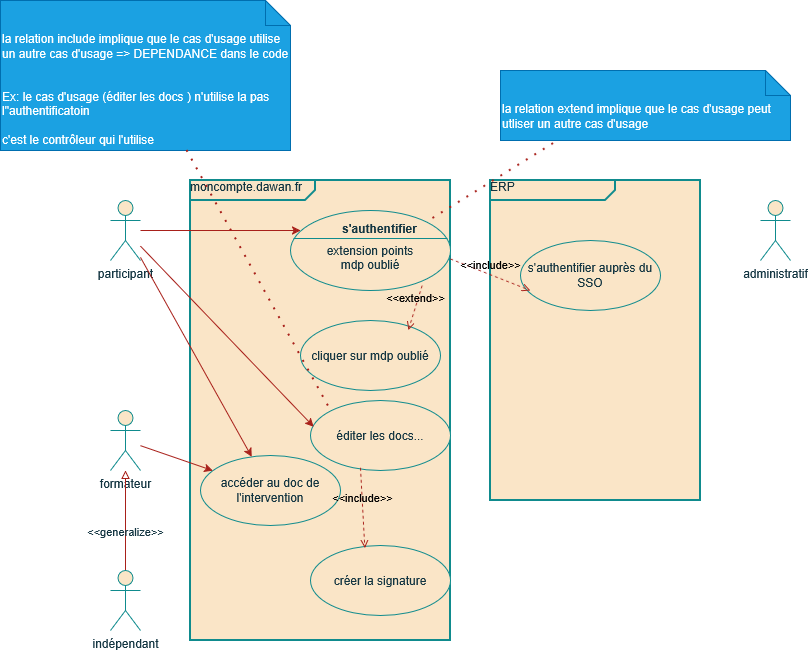
lamamram/251124-archi keeps this draw.io diagram as diagrams/uml_use_case.png. Above is the earlier version. Source tidied: cells renumbered, new cells last; positions are measured from the earlier drawing's top-left corner, leaving out a move shared by most shapes.
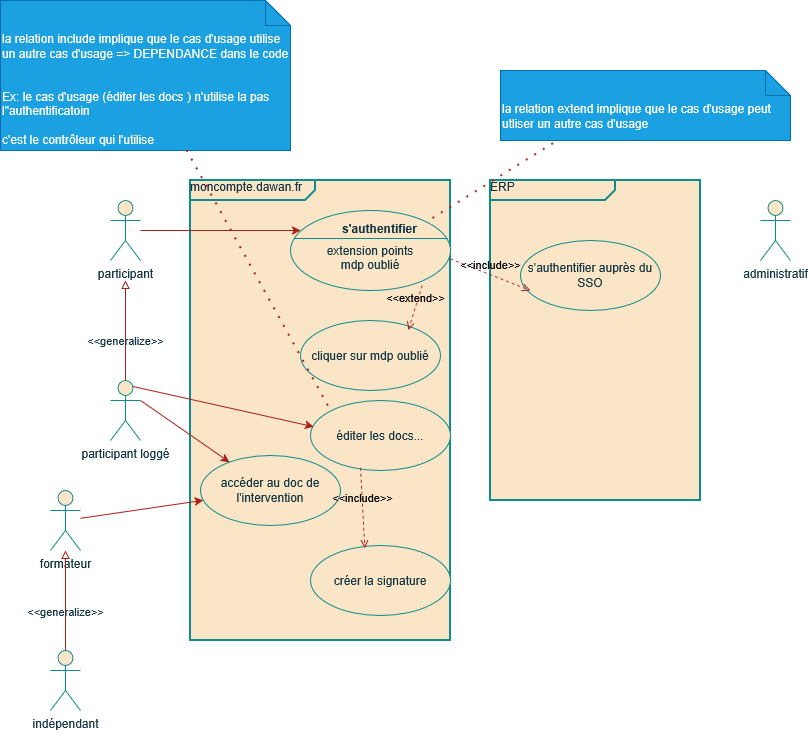
The same file after the commit.

Commit message:
DAT: class & sequence

Change to the diagram source:
```diff
@@ -6,7 +6,7 @@
       <mxGeometry x="110" y="200" width="30" height="60" as="geometry" />
     </mxCell>
     <mxCell id="3" value="formateur" style="shape=umlActor;verticalLabelPosition=bottom;verticalAlign=top;html=1;outlineConnect=0;labelBackgroundColor=none;fillColor=#FAE5C7;strokeColor=#0F8B8D;fontColor=#143642;" parent="1" vertex="1">
-      <mxGeometry x="110" y="410" width="30" height="60" as="geometry" />
+      <mxGeometry x="50" y="490" width="30" height="60" as="geometry" />
     </mxCell>
     <mxCell id="4" value="administratif" style="shape=umlActor;verticalLabelPosition=bottom;verticalAlign=top;html=1;labelBackgroundColor=none;fillColor=#FAE5C7;strokeColor=#0F8B8D;fontColor=#143642;" parent="1" vertex="1">
       <mxGeometry x="760" y="200" width="30" height="60" as="geometry" />
@@ -26,7 +26,7 @@
       </mxGeometry>
     </mxCell>
     <mxCell id="9" value="indépendant" style="shape=umlActor;verticalLabelPosition=bottom;verticalAlign=top;html=1;outlineConnect=0;labelBackgroundColor=none;fillColor=#FAE5C7;strokeColor=#0F8B8D;fontColor=#143642;" parent="1" vertex="1">
-      <mxGeometry x="110" y="570" width="30" height="60" as="geometry" />
+      <mxGeometry x="50" y="650" width="30" height="60" as="geometry" />
     </mxCell>
     <mxCell id="10" value="accéder au doc de l'intervention" style="ellipse;whiteSpace=wrap;html=1;labelBackgroundColor=none;fillColor=#FAE5C7;strokeColor=#0F8B8D;fontColor=#143642;" parent="1" vertex="1">
       <mxGeometry x="200" y="455" width="140" height="70" as="geometry" />
@@ -48,10 +48,10 @@
         <mxPoint x="300" y="230" as="targetPoint" />
       </mxGeometry>
     </mxCell>
-    <mxCell id="16" style="rounded=0;jettySize=auto;html=1;entryX=0.023;entryY=0.375;entryDx=0;entryDy=0;entryPerimeter=0;labelBackgroundColor=none;strokeColor=#A8201A;fontColor=default;" parent="1" edge="1" source="2" target="11">
+    <mxCell id="16" style="rounded=0;jettySize=auto;html=1;entryX=0.023;entryY=0.375;entryDx=0;entryDy=0;entryPerimeter=0;labelBackgroundColor=none;strokeColor=#A8201A;fontColor=default;exitX=0.75;exitY=0.1;exitDx=0;exitDy=0;exitPerimeter=0;" parent="1" edge="1" source="29" target="11">
       <mxGeometry relative="1" as="geometry" />
     </mxCell>
-    <mxCell id="17" style="rounded=0;jettySize=auto;html=1;labelBackgroundColor=none;strokeColor=#A8201A;fontColor=default;" parent="1" edge="1" source="2" target="10">
+    <mxCell id="17" style="rounded=0;jettySize=auto;html=1;labelBackgroundColor=none;strokeColor=#A8201A;fontColor=default;exitX=1;exitY=0.3333333333333333;exitDx=0;exitDy=0;exitPerimeter=0;" parent="1" edge="1" source="29" target="10">
       <mxGeometry relative="1" as="geometry" />
     </mxCell>
     <mxCell id="18" value="&lt;div&gt;la relation include implique que le cas d'usage utilise un autre cas d'usage =&amp;gt; DEPENDANCE dans le code&lt;/div&gt;&lt;div&gt;&lt;br&gt;&lt;/div&gt;&lt;div&gt;&lt;br&gt;&lt;/div&gt;&lt;div&gt;Ex: le cas d'usage (éditer les docs ) n'utilise la pas l&quot;authentificatoin&lt;/div&gt;&lt;div&gt;&lt;br&gt;&lt;/div&gt;&lt;div&gt;c'est le contrôleur qui l'utilise&lt;/div&gt;" style="shape=note2;boundedLbl=1;whiteSpace=wrap;html=1;size=25;verticalAlign=top;align=left;fillColor=#1ba1e2;fontColor=#ffffff;strokeColor=#006EAF;labelBackgroundColor=none;" parent="1" vertex="1">
@@ -86,5 +86,16 @@
     <mxCell id="27" style="rounded=0;jettySize=auto;html=1;endArrow=none;endFill=0;dashed=1;dashPattern=1 4;fillColor=#FAE5C7;strokeColor=#A8201A;strokeWidth=2;exitX=0.183;exitY=1.044;exitDx=0;exitDy=0;exitPerimeter=0;entryX=0.855;entryY=0.145;entryDx=0;entryDy=0;entryPerimeter=0;labelBackgroundColor=none;fontColor=default;" parent="1" edge="1" source="25" target="19">
       <mxGeometry relative="1" as="geometry" />
     </mxCell>
+    <mxCell id="28" style="edgeStyle=orthogonalEdgeStyle;rounded=0;jettySize=auto;html=1;endArrow=block;endFill=0;labelBackgroundColor=none;strokeColor=#A8201A;fontColor=default;" parent="1" edge="1" source="29">
+      <mxGeometry relative="1" as="geometry">
+        <mxPoint x="125" y="280" as="targetPoint" />
+      </mxGeometry>
+    </mxCell>
+    <mxCell id="29" value="participant loggé" style="shape=umlActor;verticalLabelPosition=bottom;verticalAlign=top;html=1;outlineConnect=0;labelBackgroundColor=none;fillColor=#FAE5C7;strokeColor=#0F8B8D;fontColor=#143642;" parent="1" vertex="1">
+      <mxGeometry x="110" y="380" width="30" height="60" as="geometry" />
+    </mxCell>
+    <mxCell id="30" value="&amp;lt;&amp;lt;generalize&amp;gt;&amp;gt;" style="edgeLabel;html=1;align=center;verticalAlign=middle;labelBackgroundColor=none;fontColor=#143642;" parent="1" vertex="1">
+      <mxGeometry x="125" y="340" as="geometry" />
+    </mxCell>
   </root>
 </mxGraphModel>
```
